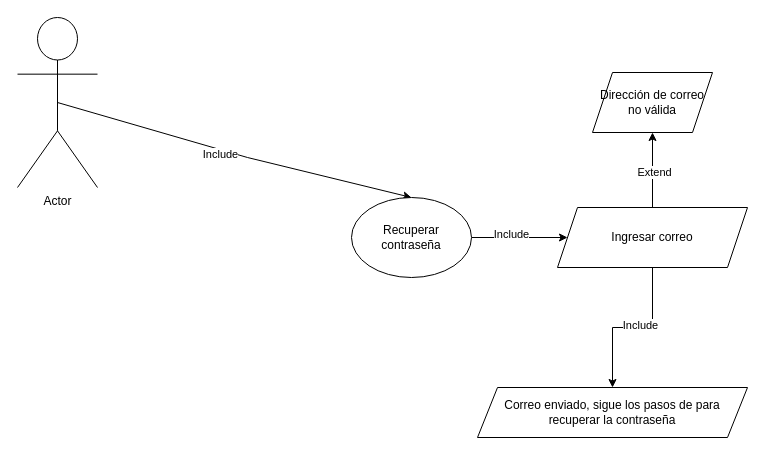
Above: Recuperación contraseña.drawio in Juan-Camilo-Ramirez/Ing_Requisitos (draw.io), before the change. Source tidied: cells renumbered, new cells numbered last; positions are measured from the earlier drawing's top-left corner, leaving out a move shared by most shapes. Both pictures are drawn from the tidied source at 100%, with x=0, y=0 at pixel (17, 17).
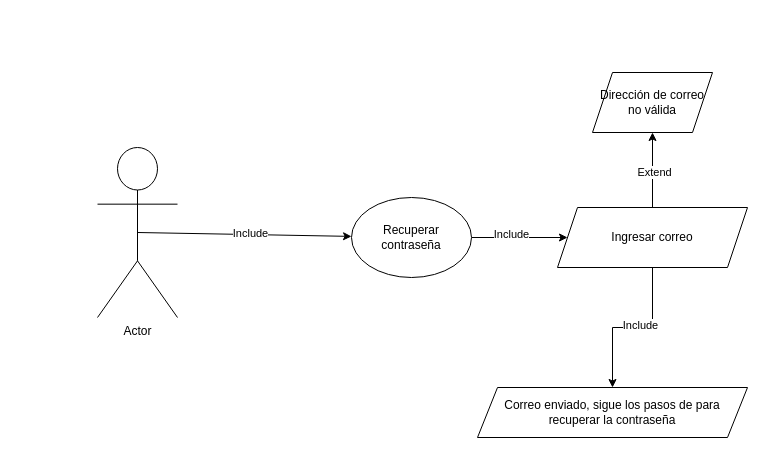
After the change.

What changed in the source:
```diff
@@
 <mxGraphModel>
   <root>
     <mxCell id="0" />
     <mxCell id="1" parent="0" />
     <mxCell id="2" value="Actor" style="shape=umlActor;verticalLabelPosition=bottom;verticalAlign=top;html=1;outlineConnect=0;" parent="1" vertex="1">
-      <mxGeometry width="80" height="170" as="geometry" />
+      <mxGeometry x="80" y="130" width="80" height="170" as="geometry" />
     </mxCell>
-    <mxCell id="3" style="endArrow=classic;html=1;rounded=0;entryX=0.5;entryY=0;entryDx=0;entryDy=0;exitX=0.5;exitY=0.5;exitDx=0;exitDy=0;exitPerimeter=0;" parent="1" edge="1" source="2" target="7">
-      <mxGeometry relative="1" as="geometry">
-        <Array as="points">
-          <mxPoint x="230" y="140" />
-        </Array>
-      </mxGeometry>
+    <mxCell id="3" style="endArrow=classic;html=1;rounded=0;exitX=0.5;exitY=0.5;exitDx=0;exitDy=0;exitPerimeter=0;" parent="1" edge="1" source="2" target="7">
+      <mxGeometry relative="1" as="geometry" />
     </mxCell>
     <mxCell id="4" value="Include" style="edgeLabel;html=1;align=center;verticalAlign=middle;" parent="3" vertex="1">
-      <mxGeometry x="-0.07" y="-4" relative="1" as="geometry" />
+      <mxGeometry x="0.05" y="2" relative="1" as="geometry" />
     </mxCell>
     <mxCell id="5" style="edgeStyle=orthogonalEdgeStyle;rounded=0;jettySize=auto;html=1;exitX=1;exitY=0.5;exitDx=0;exitDy=0;" parent="1" edge="1" source="7" target="12">
       <mxGeometry relative="1" as="geometry" />
     </mxCell>
     <mxCell id="6" value="Include" style="edgeLabel;html=1;align=center;verticalAlign=middle;" parent="5" vertex="1">
       <mxGeometry x="-0.19" y="4" relative="1" as="geometry" />
     </mxCell>
     <mxCell id="7" value="Recuperar contraseña" style="ellipse;whiteSpace=wrap;html=1;" parent="1" vertex="1">
       <mxGeometry x="334" y="180" width="120" height="80" as="geometry" />
     </mxCell>
     <mxCell id="8" style="edgeStyle=orthogonalEdgeStyle;rounded=0;jettySize=auto;html=1;entryX=0.5;entryY=1;entryDx=0;entryDy=0;" parent="1" edge="1" source="12" target="13">
       <mxGeometry relative="1" as="geometry" />
     </mxCell>
     <mxCell id="9" value="Extend" style="edgeLabel;html=1;align=center;verticalAlign=middle;" parent="8" vertex="1">
       <mxGeometry x="-0.05" y="-1" relative="1" as="geometry" />
     </mxCell>
     <mxCell id="10" style="edgeStyle=orthogonalEdgeStyle;rounded=0;jettySize=auto;html=1;entryX=0.5;entryY=0;entryDx=0;entryDy=0;" parent="1" edge="1" source="12" target="14">
       <mxGeometry relative="1" as="geometry" />
     </mxCell>
     <mxCell id="11" value="Include" style="edgeLabel;html=1;align=center;verticalAlign=middle;" parent="10" vertex="1">
       <mxGeometry x="-0.09" y="-3" relative="1" as="geometry" />
     </mxCell>
     <mxCell id="12" value="Ingresar correo" style="shape=parallelogram;perimeter=parallelogramPerimeter;whiteSpace=wrap;html=1;fixedSize=1;" parent="1" vertex="1">
       <mxGeometry x="540" y="190" width="190" height="60" as="geometry" />
     </mxCell>
     <mxCell id="13" value="Dirección de correo no vá&lt;span style=&quot;background-color: initial;&quot;&gt;lida&lt;/span&gt;" style="shape=parallelogram;perimeter=parallelogramPerimeter;whiteSpace=wrap;html=1;fixedSize=1;" parent="1" vertex="1">
       <mxGeometry x="575" y="55" width="120" height="60" as="geometry" />
     </mxCell>
     <mxCell id="14" value="Correo enviado, sigue los pasos de para recuperar la contraseña" style="shape=parallelogram;perimeter=parallelogramPerimeter;whiteSpace=wrap;html=1;fixedSize=1;" parent="1" vertex="1">
       <mxGeometry x="460" y="370" width="270" height="50" as="geometry" />
     </mxCell>
   </root>
 </mxGraphModel>
```
